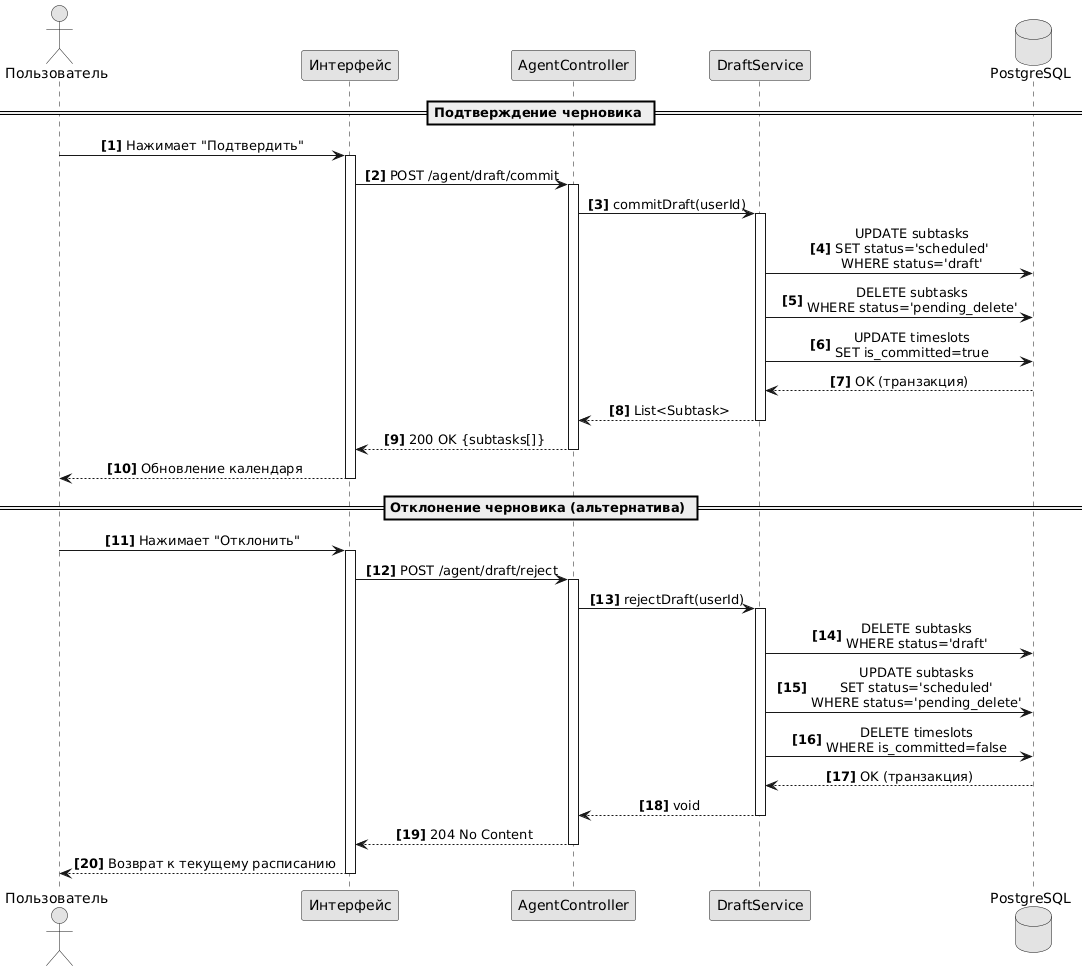
Before: picture/diagrams/sequence_draft.png, a diagram exported from PlantUML (Hohichh/Diploma-project-notes).
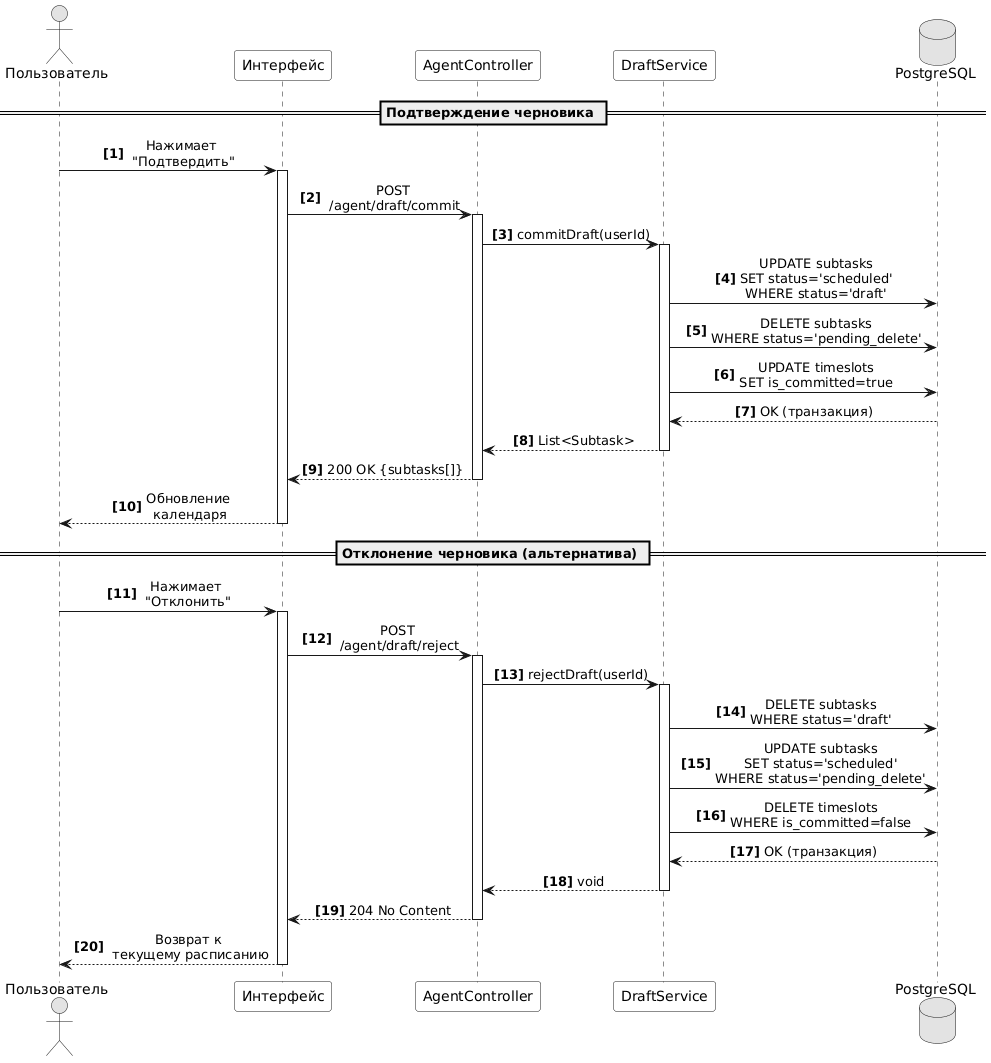
Later version of the same file.

Change to the diagram source:
```diff
@@ -3,6 +3,7 @@
 skinparam shadowing false
 skinparam sequenceMessageAlign center
 skinparam defaultFontName Arial
+skinparam ParticipantBackgroundColor transparent
 
 autonumber "<b>[0]</b>"
 
@@ -14,9 +15,9 @@
 
 == Подтверждение черновика ==
 
-User -> UI : Нажимает "Подтвердить"
+User -> UI : Нажимает\n "Подтвердить"
 activate UI
-UI -> Ctrl : POST /agent/draft/commit
+UI -> Ctrl : POST\n /agent/draft/commit
 activate Ctrl
 Ctrl -> Draft : commitDraft(userId)
 activate Draft
@@ -31,14 +32,14 @@
 
 Ctrl --> UI : 200 OK {subtasks[]}
 deactivate Ctrl
-UI --> User : Обновление календаря
+UI --> User : Обновление\n календаря
 deactivate UI
 
 == Отклонение черновика (альтернатива) ==
 
-User -> UI : Нажимает "Отклонить"
+User -> UI : Нажимает\n "Отклонить"
 activate UI
-UI -> Ctrl : POST /agent/draft/reject
+UI -> Ctrl : POST\n /agent/draft/reject
 activate Ctrl
 Ctrl -> Draft : rejectDraft(userId)
 activate Draft
@@ -53,6 +54,6 @@
 
 Ctrl --> UI : 204 No Content
 deactivate Ctrl
-UI --> User : Возврат к текущему расписанию
+UI --> User : Возврат к\n текущему расписанию
 deactivate UI
 @enduml
```
